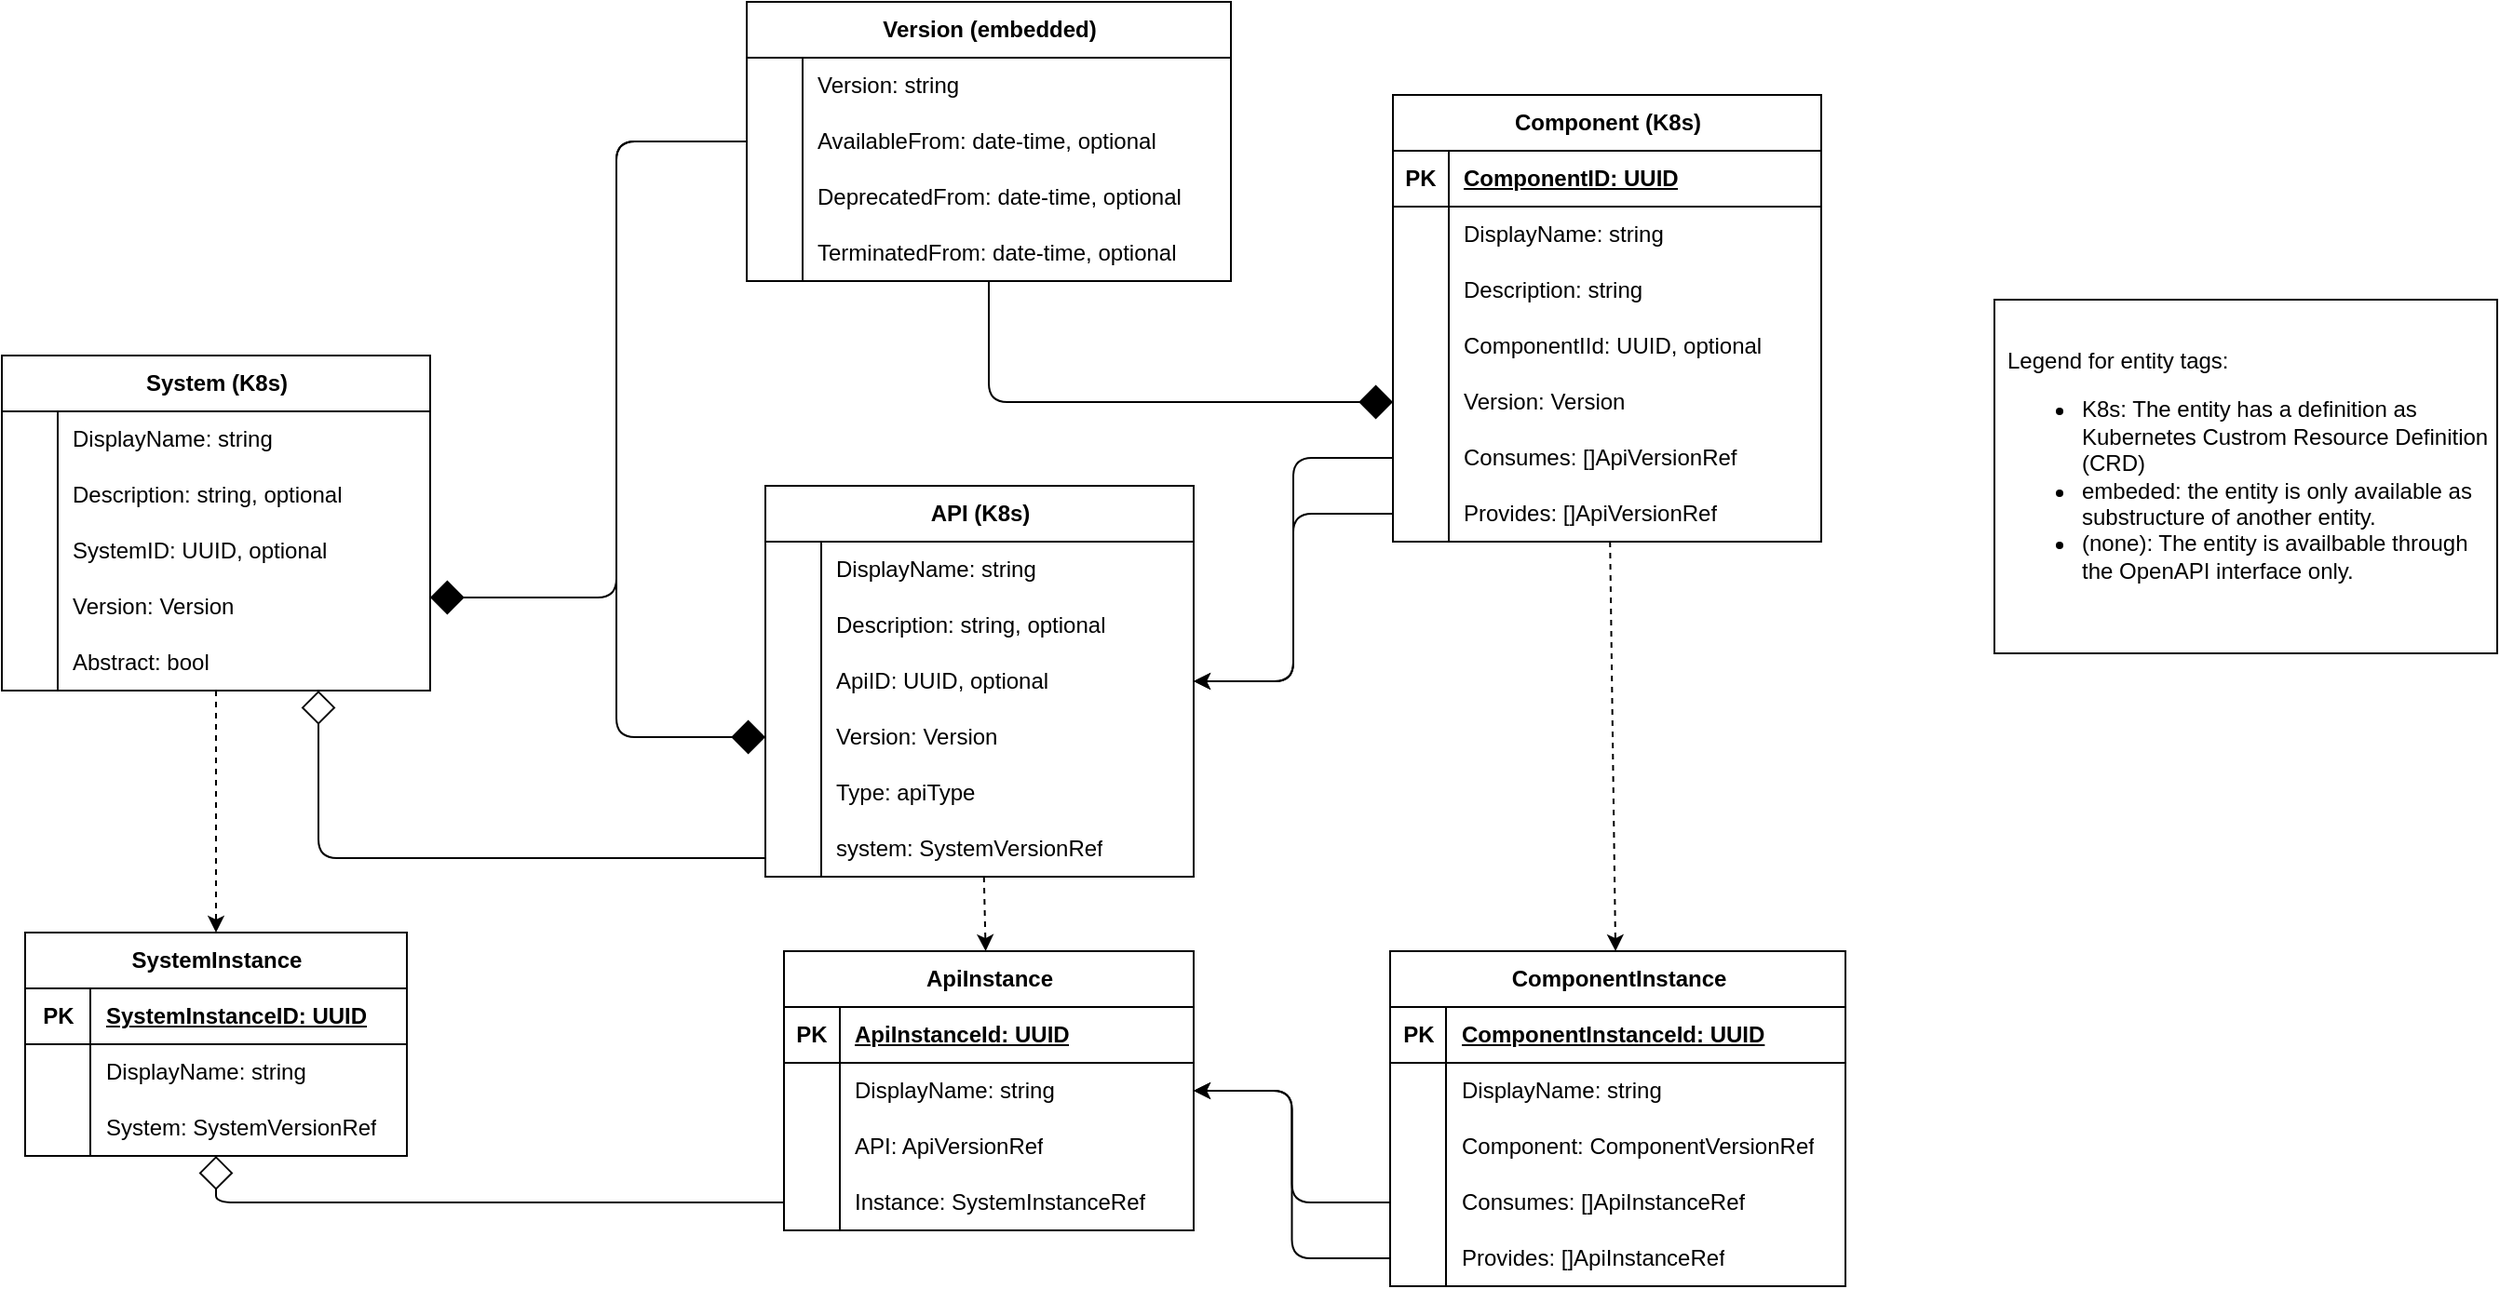
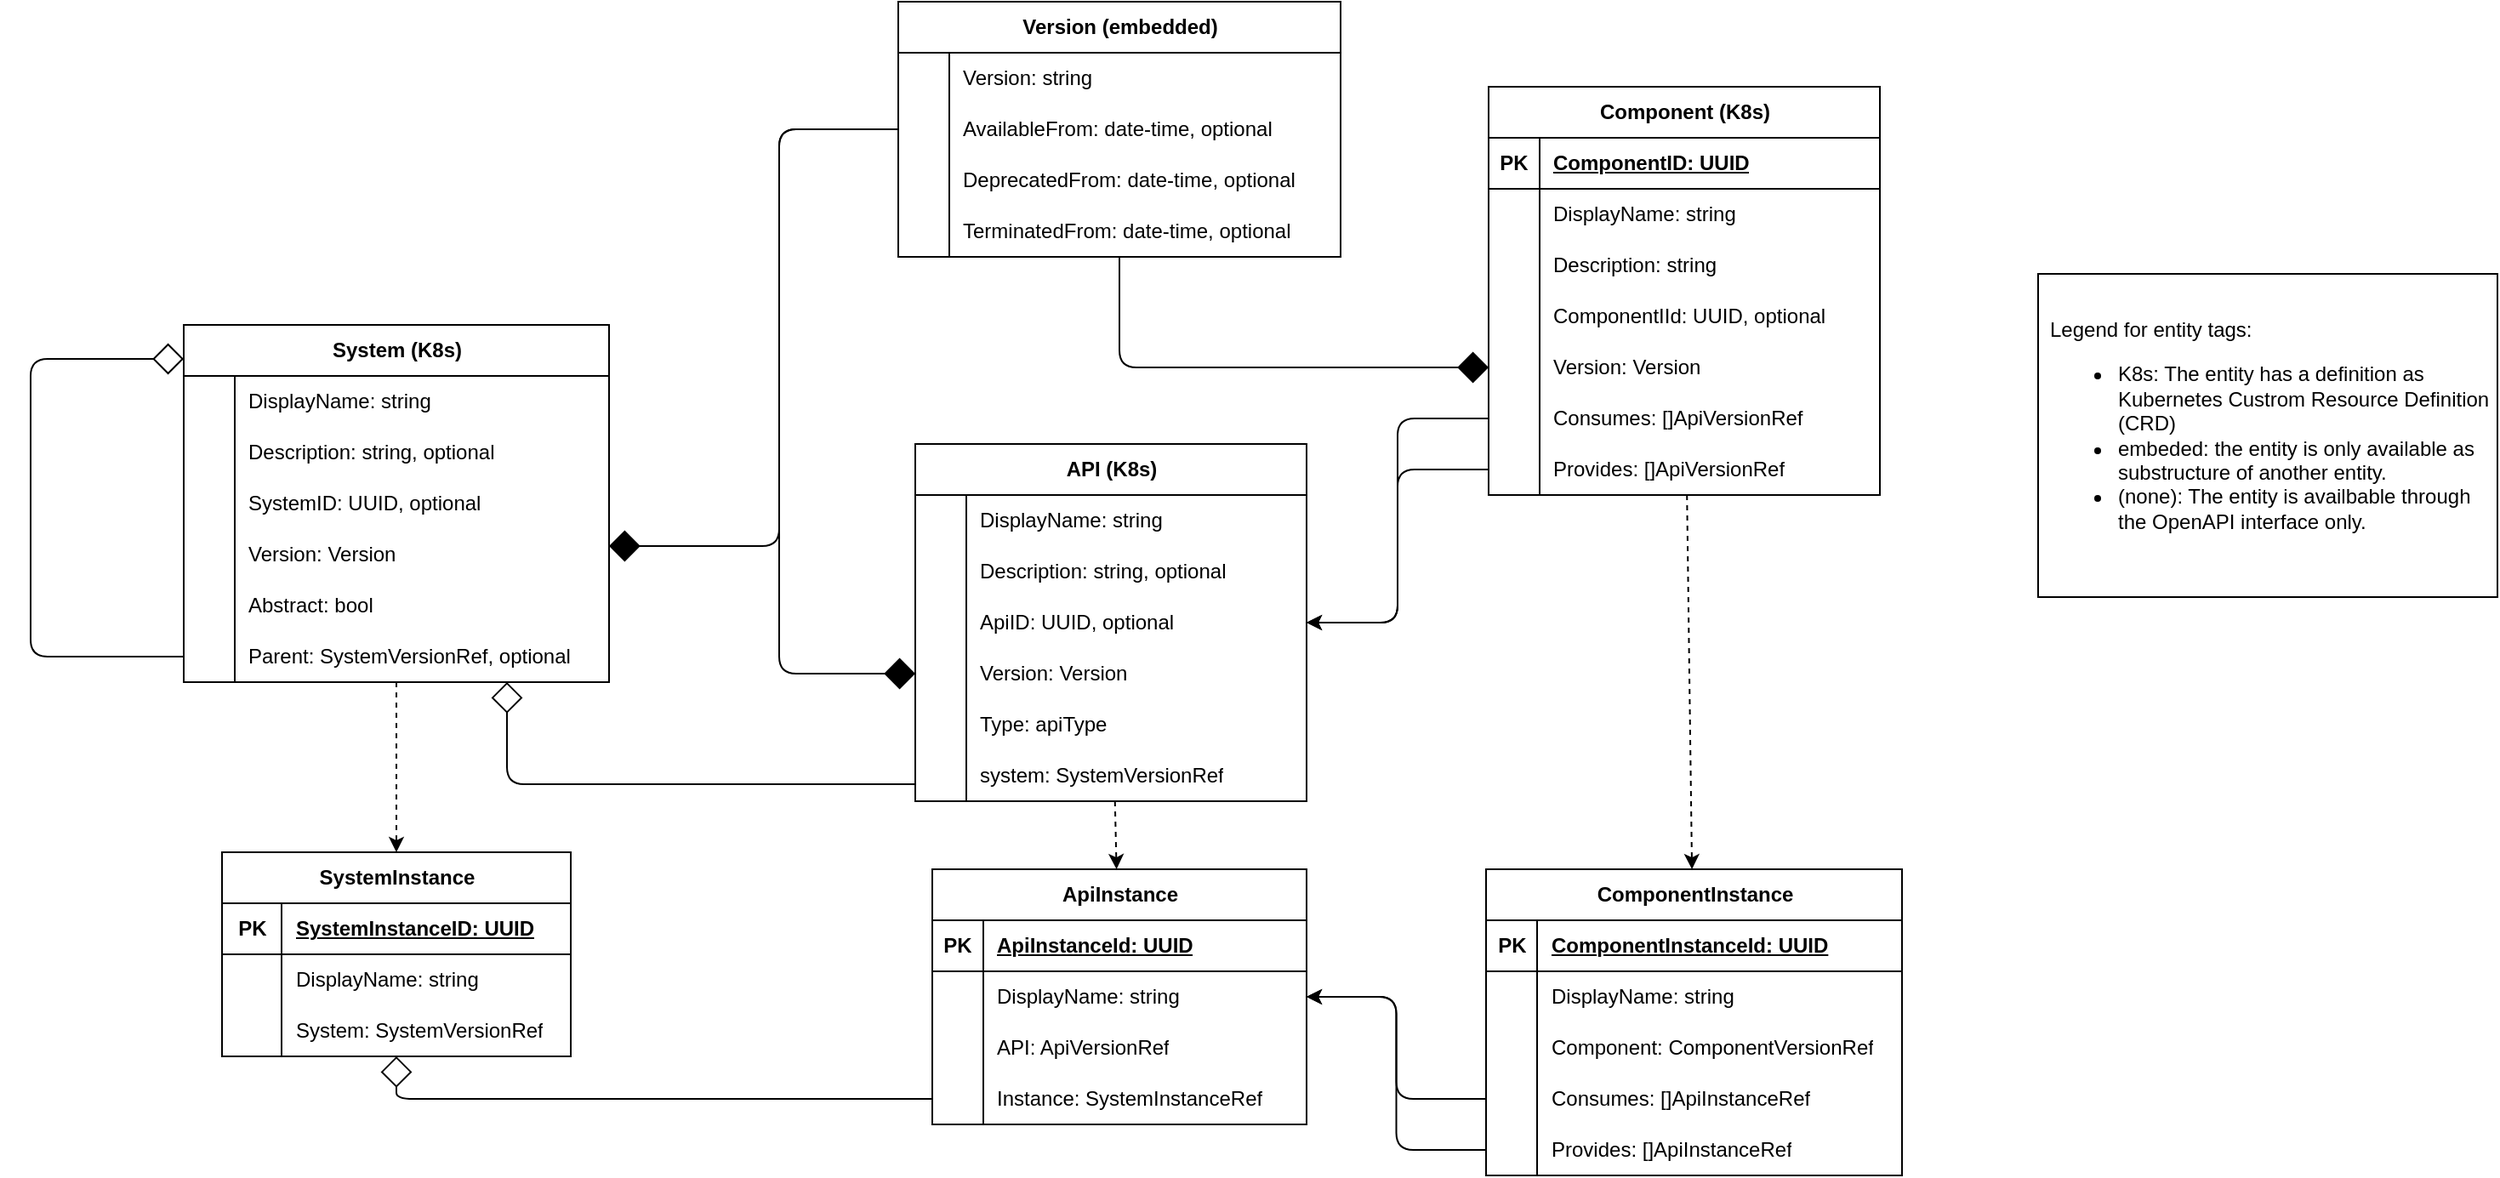
<mxfile host="65bd71144e">
    <diagram id="egGxFhZj15wtIb_rM2Mn" name="Phase 1">
-         <mxGraphModel dx="2337" dy="1698" grid="1" gridSize="10" guides="1" tooltips="1" connect="1" arrows="1" fold="1" page="1" pageScale="1" pageWidth="827" pageHeight="1169" math="0" shadow="0">
+         <mxGraphModel dx="2337" dy="1625" grid="1" gridSize="10" guides="1" tooltips="1" connect="1" arrows="1" fold="1" page="1" pageScale="1" pageWidth="827" pageHeight="1169" math="0" shadow="0">
            <root>
                <mxCell id="0"/>
                <mxCell id="1" parent="0"/>
                <mxCell id="129" style="edgeStyle=none;html=1;dashed=1;" edge="1" parent="1" source="2" target="107">
                    <mxGeometry relative="1" as="geometry"/>
                </mxCell>
                <mxCell id="2" value="System (K8s)" style="shape=table;startSize=30;container=1;collapsible=1;childLayout=tableLayout;fixedRows=1;rowLines=0;fontStyle=1;align=center;resizeLast=1;html=1;" vertex="1" parent="1">
-                     <mxGeometry x="-100" y="60" width="230" height="180" as="geometry"/>
+                     <mxGeometry x="-120" y="60" width="250" height="210" as="geometry"/>
                </mxCell>
                <mxCell id="6" value="" style="shape=tableRow;horizontal=0;startSize=0;swimlaneHead=0;swimlaneBody=0;fillColor=none;collapsible=0;dropTarget=0;points=[[0,0.5],[1,0.5]];portConstraint=eastwest;top=0;left=0;right=0;bottom=0;" vertex="1" parent="2">
-                     <mxGeometry y="30" width="230" height="30" as="geometry"/>
+                     <mxGeometry y="30" width="250" height="30" as="geometry"/>
                </mxCell>
                <mxCell id="7" value="" style="shape=partialRectangle;connectable=0;fillColor=none;top=0;left=0;bottom=0;right=0;editable=1;overflow=hidden;whiteSpace=wrap;html=1;" vertex="1" parent="6">
                    <mxGeometry width="30" height="30" as="geometry">
                        <mxRectangle width="30" height="30" as="alternateBounds"/>
                    </mxGeometry>
                </mxCell>
                <mxCell id="8" value="DisplayName: string" style="shape=partialRectangle;connectable=0;fillColor=none;top=0;left=0;bottom=0;right=0;align=left;spacingLeft=6;overflow=hidden;whiteSpace=wrap;html=1;" vertex="1" parent="6">
-                     <mxGeometry x="30" width="200" height="30" as="geometry">
-                         <mxRectangle width="200" height="30" as="alternateBounds"/>
+                     <mxGeometry x="30" width="220" height="30" as="geometry">
+                         <mxRectangle width="220" height="30" as="alternateBounds"/>
                    </mxGeometry>
                </mxCell>
                <mxCell id="151" style="shape=tableRow;horizontal=0;startSize=0;swimlaneHead=0;swimlaneBody=0;fillColor=none;collapsible=0;dropTarget=0;points=[[0,0.5],[1,0.5]];portConstraint=eastwest;top=0;left=0;right=0;bottom=0;" vertex="1" parent="2">
-                     <mxGeometry y="60" width="230" height="30" as="geometry"/>
+                     <mxGeometry y="60" width="250" height="30" as="geometry"/>
                </mxCell>
                <mxCell id="152" style="shape=partialRectangle;connectable=0;fillColor=none;top=0;left=0;bottom=0;right=0;editable=1;overflow=hidden;whiteSpace=wrap;html=1;" vertex="1" parent="151">
                    <mxGeometry width="30" height="30" as="geometry">
                        <mxRectangle width="30" height="30" as="alternateBounds"/>
                    </mxGeometry>
                </mxCell>
                <mxCell id="153" value="Description: string, optional" style="shape=partialRectangle;connectable=0;fillColor=none;top=0;left=0;bottom=0;right=0;align=left;spacingLeft=6;overflow=hidden;whiteSpace=wrap;html=1;" vertex="1" parent="151">
-                     <mxGeometry x="30" width="200" height="30" as="geometry">
-                         <mxRectangle width="200" height="30" as="alternateBounds"/>
+                     <mxGeometry x="30" width="220" height="30" as="geometry">
+                         <mxRectangle width="220" height="30" as="alternateBounds"/>
                    </mxGeometry>
                </mxCell>
                <mxCell id="123" style="shape=tableRow;horizontal=0;startSize=0;swimlaneHead=0;swimlaneBody=0;fillColor=none;collapsible=0;dropTarget=0;points=[[0,0.5],[1,0.5]];portConstraint=eastwest;top=0;left=0;right=0;bottom=0;" vertex="1" parent="2">
-                     <mxGeometry y="90" width="230" height="30" as="geometry"/>
+                     <mxGeometry y="90" width="250" height="30" as="geometry"/>
                </mxCell>
                <mxCell id="124" style="shape=partialRectangle;connectable=0;fillColor=none;top=0;left=0;bottom=0;right=0;editable=1;overflow=hidden;whiteSpace=wrap;html=1;" vertex="1" parent="123">
                    <mxGeometry width="30" height="30" as="geometry">
                        <mxRectangle width="30" height="30" as="alternateBounds"/>
                    </mxGeometry>
                </mxCell>
                <mxCell id="125" value="SystemID: UUID, optional" style="shape=partialRectangle;connectable=0;fillColor=none;top=0;left=0;bottom=0;right=0;align=left;spacingLeft=6;overflow=hidden;whiteSpace=wrap;html=1;" vertex="1" parent="123">
-                     <mxGeometry x="30" width="200" height="30" as="geometry">
-                         <mxRectangle width="200" height="30" as="alternateBounds"/>
+                     <mxGeometry x="30" width="220" height="30" as="geometry">
+                         <mxRectangle width="220" height="30" as="alternateBounds"/>
                    </mxGeometry>
                </mxCell>
                <mxCell id="94" style="shape=tableRow;horizontal=0;startSize=0;swimlaneHead=0;swimlaneBody=0;fillColor=none;collapsible=0;dropTarget=0;points=[[0,0.5],[1,0.5]];portConstraint=eastwest;top=0;left=0;right=0;bottom=0;" vertex="1" parent="2">
-                     <mxGeometry y="120" width="230" height="30" as="geometry"/>
+                     <mxGeometry y="120" width="250" height="30" as="geometry"/>
                </mxCell>
                <mxCell id="95" style="shape=partialRectangle;connectable=0;fillColor=none;top=0;left=0;bottom=0;right=0;editable=1;overflow=hidden;whiteSpace=wrap;html=1;" vertex="1" parent="94">
                    <mxGeometry width="30" height="30" as="geometry">
                        <mxRectangle width="30" height="30" as="alternateBounds"/>
                    </mxGeometry>
                </mxCell>
                <mxCell id="96" value="Version: Version" style="shape=partialRectangle;connectable=0;fillColor=none;top=0;left=0;bottom=0;right=0;align=left;spacingLeft=6;overflow=hidden;whiteSpace=wrap;html=1;" vertex="1" parent="94">
-                     <mxGeometry x="30" width="200" height="30" as="geometry">
-                         <mxRectangle width="200" height="30" as="alternateBounds"/>
+                     <mxGeometry x="30" width="220" height="30" as="geometry">
+                         <mxRectangle width="220" height="30" as="alternateBounds"/>
                    </mxGeometry>
                </mxCell>
                <mxCell id="157" style="shape=tableRow;horizontal=0;startSize=0;swimlaneHead=0;swimlaneBody=0;fillColor=none;collapsible=0;dropTarget=0;points=[[0,0.5],[1,0.5]];portConstraint=eastwest;top=0;left=0;right=0;bottom=0;" vertex="1" parent="2">
-                     <mxGeometry y="150" width="230" height="30" as="geometry"/>
+                     <mxGeometry y="150" width="250" height="30" as="geometry"/>
                </mxCell>
                <mxCell id="158" style="shape=partialRectangle;connectable=0;fillColor=none;top=0;left=0;bottom=0;right=0;editable=1;overflow=hidden;whiteSpace=wrap;html=1;" vertex="1" parent="157">
                    <mxGeometry width="30" height="30" as="geometry">
                        <mxRectangle width="30" height="30" as="alternateBounds"/>
                    </mxGeometry>
                </mxCell>
                <mxCell id="159" value="Abstract: bool" style="shape=partialRectangle;connectable=0;fillColor=none;top=0;left=0;bottom=0;right=0;align=left;spacingLeft=6;overflow=hidden;whiteSpace=wrap;html=1;" vertex="1" parent="157">
-                     <mxGeometry x="30" width="200" height="30" as="geometry">
-                         <mxRectangle width="200" height="30" as="alternateBounds"/>
+                     <mxGeometry x="30" width="220" height="30" as="geometry">
+                         <mxRectangle width="220" height="30" as="alternateBounds"/>
+                     </mxGeometry>
+                 </mxCell>
+                 <mxCell id="172" style="shape=tableRow;horizontal=0;startSize=0;swimlaneHead=0;swimlaneBody=0;fillColor=none;collapsible=0;dropTarget=0;points=[[0,0.5],[1,0.5]];portConstraint=eastwest;top=0;left=0;right=0;bottom=0;" vertex="1" parent="2">
+                     <mxGeometry y="180" width="250" height="30" as="geometry"/>
+                 </mxCell>
+                 <mxCell id="173" style="shape=partialRectangle;connectable=0;fillColor=none;top=0;left=0;bottom=0;right=0;editable=1;overflow=hidden;whiteSpace=wrap;html=1;" vertex="1" parent="172">
+                     <mxGeometry width="30" height="30" as="geometry">
+                         <mxRectangle width="30" height="30" as="alternateBounds"/>
+                     </mxGeometry>
+                 </mxCell>
+                 <mxCell id="174" value="Parent: SystemVersionRef, optional" style="shape=partialRectangle;connectable=0;fillColor=none;top=0;left=0;bottom=0;right=0;align=left;spacingLeft=6;overflow=hidden;whiteSpace=wrap;html=1;" vertex="1" parent="172">
+                     <mxGeometry x="30" width="220" height="30" as="geometry">
+                         <mxRectangle width="220" height="30" as="alternateBounds"/>
+                     </mxGeometry>
+                 </mxCell>
+                 <mxCell id="176" style="edgeStyle=orthogonalEdgeStyle;html=1;endArrow=diamond;endFill=0;endSize=16;startSize=16;" edge="1" parent="2" source="172" target="2">
+                     <mxGeometry relative="1" as="geometry">
+                         <mxPoint x="10" y="280" as="targetPoint"/>
+                         <Array as="points">
+                             <mxPoint x="-90" y="195"/>
+                             <mxPoint x="-90" y="20"/>
+                         </Array>
                    </mxGeometry>
                </mxCell>
                <mxCell id="99" style="edgeStyle=none;html=1;dashed=1;" edge="1" parent="1" source="30" target="44">
                    <mxGeometry relative="1" as="geometry"/>
                </mxCell>
                <mxCell id="30" value="API (K8s)" style="shape=table;startSize=30;container=1;collapsible=1;childLayout=tableLayout;fixedRows=1;rowLines=0;fontStyle=1;align=center;resizeLast=1;html=1;" vertex="1" parent="1">
                    <mxGeometry x="310" y="130" width="230" height="210" as="geometry"/>
                </mxCell>
                <mxCell id="34" value="" style="shape=tableRow;horizontal=0;startSize=0;swimlaneHead=0;swimlaneBody=0;fillColor=none;collapsible=0;dropTarget=0;points=[[0,0.5],[1,0.5]];portConstraint=eastwest;top=0;left=0;right=0;bottom=0;" vertex="1" parent="30">
                    <mxGeometry y="30" width="230" height="30" as="geometry"/>
                </mxCell>
                <mxCell id="35" value="" style="shape=partialRectangle;connectable=0;fillColor=none;top=0;left=0;bottom=0;right=0;editable=1;overflow=hidden;whiteSpace=wrap;html=1;" vertex="1" parent="34">
                    <mxGeometry width="30" height="30" as="geometry">
                        <mxRectangle width="30" height="30" as="alternateBounds"/>
                    </mxGeometry>
                </mxCell>
                <mxCell id="36" value="DisplayName: string" style="shape=partialRectangle;connectable=0;fillColor=none;top=0;left=0;bottom=0;right=0;align=left;spacingLeft=6;overflow=hidden;whiteSpace=wrap;html=1;" vertex="1" parent="34">
                    <mxGeometry x="30" width="200" height="30" as="geometry">
                        <mxRectangle width="200" height="30" as="alternateBounds"/>
                    </mxGeometry>
                </mxCell>
                <mxCell id="154" style="shape=tableRow;horizontal=0;startSize=0;swimlaneHead=0;swimlaneBody=0;fillColor=none;collapsible=0;dropTarget=0;points=[[0,0.5],[1,0.5]];portConstraint=eastwest;top=0;left=0;right=0;bottom=0;" vertex="1" parent="30">
                    <mxGeometry y="60" width="230" height="30" as="geometry"/>
                </mxCell>
                <mxCell id="155" style="shape=partialRectangle;connectable=0;fillColor=none;top=0;left=0;bottom=0;right=0;editable=1;overflow=hidden;whiteSpace=wrap;html=1;" vertex="1" parent="154">
                    <mxGeometry width="30" height="30" as="geometry">
                        <mxRectangle width="30" height="30" as="alternateBounds"/>
                    </mxGeometry>
                </mxCell>
                <mxCell id="156" value="Description: string, optional" style="shape=partialRectangle;connectable=0;fillColor=none;top=0;left=0;bottom=0;right=0;align=left;spacingLeft=6;overflow=hidden;whiteSpace=wrap;html=1;" vertex="1" parent="154">
                    <mxGeometry x="30" width="200" height="30" as="geometry">
                        <mxRectangle width="200" height="30" as="alternateBounds"/>
                    </mxGeometry>
                </mxCell>
                <mxCell id="126" style="shape=tableRow;horizontal=0;startSize=0;swimlaneHead=0;swimlaneBody=0;fillColor=none;collapsible=0;dropTarget=0;points=[[0,0.5],[1,0.5]];portConstraint=eastwest;top=0;left=0;right=0;bottom=0;" vertex="1" parent="30">
                    <mxGeometry y="90" width="230" height="30" as="geometry"/>
                </mxCell>
                <mxCell id="127" style="shape=partialRectangle;connectable=0;fillColor=none;top=0;left=0;bottom=0;right=0;editable=1;overflow=hidden;whiteSpace=wrap;html=1;" vertex="1" parent="126">
                    <mxGeometry width="30" height="30" as="geometry">
                        <mxRectangle width="30" height="30" as="alternateBounds"/>
                    </mxGeometry>
                </mxCell>
                <mxCell id="128" value="ApiID: UUID, optional" style="shape=partialRectangle;connectable=0;fillColor=none;top=0;left=0;bottom=0;right=0;align=left;spacingLeft=6;overflow=hidden;whiteSpace=wrap;html=1;" vertex="1" parent="126">
                    <mxGeometry x="30" width="200" height="30" as="geometry">
                        <mxRectangle width="200" height="30" as="alternateBounds"/>
                    </mxGeometry>
                </mxCell>
                <mxCell id="89" style="shape=tableRow;horizontal=0;startSize=0;swimlaneHead=0;swimlaneBody=0;fillColor=none;collapsible=0;dropTarget=0;points=[[0,0.5],[1,0.5]];portConstraint=eastwest;top=0;left=0;right=0;bottom=0;" vertex="1" parent="30">
                    <mxGeometry y="120" width="230" height="30" as="geometry"/>
                </mxCell>
                <mxCell id="90" style="shape=partialRectangle;connectable=0;fillColor=none;top=0;left=0;bottom=0;right=0;editable=1;overflow=hidden;whiteSpace=wrap;html=1;" vertex="1" parent="89">
                    <mxGeometry width="30" height="30" as="geometry">
                        <mxRectangle width="30" height="30" as="alternateBounds"/>
                    </mxGeometry>
                </mxCell>
                <mxCell id="91" value="Version: Version" style="shape=partialRectangle;connectable=0;fillColor=none;top=0;left=0;bottom=0;right=0;align=left;spacingLeft=6;overflow=hidden;whiteSpace=wrap;html=1;" vertex="1" parent="89">
                    <mxGeometry x="30" width="200" height="30" as="geometry">
                        <mxRectangle width="200" height="30" as="alternateBounds"/>
                    </mxGeometry>
                </mxCell>
                <mxCell id="37" value="" style="shape=tableRow;horizontal=0;startSize=0;swimlaneHead=0;swimlaneBody=0;fillColor=none;collapsible=0;dropTarget=0;points=[[0,0.5],[1,0.5]];portConstraint=eastwest;top=0;left=0;right=0;bottom=0;" vertex="1" parent="30">
                    <mxGeometry y="150" width="230" height="30" as="geometry"/>
                </mxCell>
                <mxCell id="38" value="" style="shape=partialRectangle;connectable=0;fillColor=none;top=0;left=0;bottom=0;right=0;editable=1;overflow=hidden;whiteSpace=wrap;html=1;" vertex="1" parent="37">
                    <mxGeometry width="30" height="30" as="geometry">
                        <mxRectangle width="30" height="30" as="alternateBounds"/>
                    </mxGeometry>
                </mxCell>
                <mxCell id="39" value="Type: apiType" style="shape=partialRectangle;connectable=0;fillColor=none;top=0;left=0;bottom=0;right=0;align=left;spacingLeft=6;overflow=hidden;whiteSpace=wrap;html=1;" vertex="1" parent="37">
                    <mxGeometry x="30" width="200" height="30" as="geometry">
                        <mxRectangle width="200" height="30" as="alternateBounds"/>
                    </mxGeometry>
                </mxCell>
                <mxCell id="40" value="" style="shape=tableRow;horizontal=0;startSize=0;swimlaneHead=0;swimlaneBody=0;fillColor=none;collapsible=0;dropTarget=0;points=[[0,0.5],[1,0.5]];portConstraint=eastwest;top=0;left=0;right=0;bottom=0;" vertex="1" parent="30">
                    <mxGeometry y="180" width="230" height="30" as="geometry"/>
                </mxCell>
                <mxCell id="41" value="" style="shape=partialRectangle;connectable=0;fillColor=none;top=0;left=0;bottom=0;right=0;editable=1;overflow=hidden;whiteSpace=wrap;html=1;" vertex="1" parent="40">
                    <mxGeometry width="30" height="30" as="geometry">
                        <mxRectangle width="30" height="30" as="alternateBounds"/>
                    </mxGeometry>
                </mxCell>
                <mxCell id="42" value="system: SystemVersionRef" style="shape=partialRectangle;connectable=0;fillColor=none;top=0;left=0;bottom=0;right=0;align=left;spacingLeft=6;overflow=hidden;whiteSpace=wrap;html=1;" vertex="1" parent="40">
                    <mxGeometry x="30" width="200" height="30" as="geometry">
                        <mxRectangle width="200" height="30" as="alternateBounds"/>
                    </mxGeometry>
                </mxCell>
                <mxCell id="43" style="edgeStyle=orthogonalEdgeStyle;html=1;endArrow=diamond;endFill=0;endSize=16;" edge="1" parent="1" source="40" target="2">
                    <mxGeometry relative="1" as="geometry">
                        <Array as="points">
                            <mxPoint x="70" y="330"/>
                        </Array>
                    </mxGeometry>
+                 </mxCell>
+                 <mxCell id="175" style="edgeStyle=none;html=1;" edge="1" parent="1" source="172" target="2">
+                     <mxGeometry relative="1" as="geometry"/>
                </mxCell>
                <mxCell id="44" value="ApiInstance" style="shape=table;startSize=30;container=1;collapsible=1;childLayout=tableLayout;fixedRows=1;rowLines=0;fontStyle=1;align=center;resizeLast=1;html=1;" vertex="1" parent="1">
                    <mxGeometry x="320" y="380" width="220" height="150" as="geometry"/>
                </mxCell>
                <mxCell id="45" value="" style="shape=tableRow;horizontal=0;startSize=0;swimlaneHead=0;swimlaneBody=0;fillColor=none;collapsible=0;dropTarget=0;points=[[0,0.5],[1,0.5]];portConstraint=eastwest;top=0;left=0;right=0;bottom=1;" vertex="1" parent="44">
                    <mxGeometry y="30" width="220" height="30" as="geometry"/>
                </mxCell>
                <mxCell id="46" value="PK" style="shape=partialRectangle;connectable=0;fillColor=none;top=0;left=0;bottom=0;right=0;fontStyle=1;overflow=hidden;whiteSpace=wrap;html=1;" vertex="1" parent="45">
                    <mxGeometry width="30" height="30" as="geometry">
                        <mxRectangle width="30" height="30" as="alternateBounds"/>
                    </mxGeometry>
                </mxCell>
                <mxCell id="47" value="ApiInstanceId: UUID" style="shape=partialRectangle;connectable=0;fillColor=none;top=0;left=0;bottom=0;right=0;align=left;spacingLeft=6;fontStyle=5;overflow=hidden;whiteSpace=wrap;html=1;" vertex="1" parent="45">
                    <mxGeometry x="30" width="190" height="30" as="geometry">
                        <mxRectangle width="190" height="30" as="alternateBounds"/>
                    </mxGeometry>
                </mxCell>
                <mxCell id="48" value="" style="shape=tableRow;horizontal=0;startSize=0;swimlaneHead=0;swimlaneBody=0;fillColor=none;collapsible=0;dropTarget=0;points=[[0,0.5],[1,0.5]];portConstraint=eastwest;top=0;left=0;right=0;bottom=0;" vertex="1" parent="44">
                    <mxGeometry y="60" width="220" height="30" as="geometry"/>
                </mxCell>
                <mxCell id="49" value="" style="shape=partialRectangle;connectable=0;fillColor=none;top=0;left=0;bottom=0;right=0;editable=1;overflow=hidden;whiteSpace=wrap;html=1;" vertex="1" parent="48">
                    <mxGeometry width="30" height="30" as="geometry">
                        <mxRectangle width="30" height="30" as="alternateBounds"/>
                    </mxGeometry>
                </mxCell>
                <mxCell id="50" value="DisplayName: string" style="shape=partialRectangle;connectable=0;fillColor=none;top=0;left=0;bottom=0;right=0;align=left;spacingLeft=6;overflow=hidden;whiteSpace=wrap;html=1;" vertex="1" parent="48">
                    <mxGeometry x="30" width="190" height="30" as="geometry">
                        <mxRectangle width="190" height="30" as="alternateBounds"/>
                    </mxGeometry>
                </mxCell>
                <mxCell id="51" value="" style="shape=tableRow;horizontal=0;startSize=0;swimlaneHead=0;swimlaneBody=0;fillColor=none;collapsible=0;dropTarget=0;points=[[0,0.5],[1,0.5]];portConstraint=eastwest;top=0;left=0;right=0;bottom=0;" vertex="1" parent="44">
                    <mxGeometry y="90" width="220" height="30" as="geometry"/>
                </mxCell>
                <mxCell id="52" value="" style="shape=partialRectangle;connectable=0;fillColor=none;top=0;left=0;bottom=0;right=0;editable=1;overflow=hidden;whiteSpace=wrap;html=1;" vertex="1" parent="51">
                    <mxGeometry width="30" height="30" as="geometry">
                        <mxRectangle width="30" height="30" as="alternateBounds"/>
                    </mxGeometry>
                </mxCell>
                <mxCell id="53" value="API: ApiVersionRef" style="shape=partialRectangle;connectable=0;fillColor=none;top=0;left=0;bottom=0;right=0;align=left;spacingLeft=6;overflow=hidden;whiteSpace=wrap;html=1;" vertex="1" parent="51">
                    <mxGeometry x="30" width="190" height="30" as="geometry">
                        <mxRectangle width="190" height="30" as="alternateBounds"/>
                    </mxGeometry>
                </mxCell>
                <mxCell id="54" value="" style="shape=tableRow;horizontal=0;startSize=0;swimlaneHead=0;swimlaneBody=0;fillColor=none;collapsible=0;dropTarget=0;points=[[0,0.5],[1,0.5]];portConstraint=eastwest;top=0;left=0;right=0;bottom=0;" vertex="1" parent="44">
                    <mxGeometry y="120" width="220" height="30" as="geometry"/>
                </mxCell>
                <mxCell id="55" value="" style="shape=partialRectangle;connectable=0;fillColor=none;top=0;left=0;bottom=0;right=0;editable=1;overflow=hidden;whiteSpace=wrap;html=1;" vertex="1" parent="54">
                    <mxGeometry width="30" height="30" as="geometry">
                        <mxRectangle width="30" height="30" as="alternateBounds"/>
                    </mxGeometry>
                </mxCell>
                <mxCell id="56" value="Instance: SystemInstanceRef" style="shape=partialRectangle;connectable=0;fillColor=none;top=0;left=0;bottom=0;right=0;align=left;spacingLeft=6;overflow=hidden;whiteSpace=wrap;html=1;" vertex="1" parent="54">
                    <mxGeometry x="30" width="190" height="30" as="geometry">
                        <mxRectangle width="190" height="30" as="alternateBounds"/>
                    </mxGeometry>
                </mxCell>
                <mxCell id="148" style="edgeStyle=none;html=1;dashed=1;" edge="1" parent="1" source="60" target="133">
                    <mxGeometry relative="1" as="geometry"/>
                </mxCell>
                <mxCell id="60" value="Component (K8s)" style="shape=table;startSize=30;container=1;collapsible=1;childLayout=tableLayout;fixedRows=1;rowLines=0;fontStyle=1;align=center;resizeLast=1;html=1;" vertex="1" parent="1">
                    <mxGeometry x="647" y="-80" width="230" height="240" as="geometry"/>
                </mxCell>
                <mxCell id="104" value="" style="shape=tableRow;horizontal=0;startSize=0;swimlaneHead=0;swimlaneBody=0;fillColor=none;collapsible=0;dropTarget=0;points=[[0,0.5],[1,0.5]];portConstraint=eastwest;top=0;left=0;right=0;bottom=1;" vertex="1" parent="60">
                    <mxGeometry y="30" width="230" height="30" as="geometry"/>
                </mxCell>
                <mxCell id="105" value="PK" style="shape=partialRectangle;connectable=0;fillColor=none;top=0;left=0;bottom=0;right=0;fontStyle=1;overflow=hidden;whiteSpace=wrap;html=1;" vertex="1" parent="104">
                    <mxGeometry width="30" height="30" as="geometry">
                        <mxRectangle width="30" height="30" as="alternateBounds"/>
                    </mxGeometry>
                </mxCell>
                <mxCell id="106" value="ComponentID: UUID" style="shape=partialRectangle;connectable=0;fillColor=none;top=0;left=0;bottom=0;right=0;align=left;spacingLeft=6;fontStyle=5;overflow=hidden;whiteSpace=wrap;html=1;" vertex="1" parent="104">
                    <mxGeometry x="30" width="200" height="30" as="geometry">
                        <mxRectangle width="200" height="30" as="alternateBounds"/>
                    </mxGeometry>
                </mxCell>
                <mxCell id="64" value="" style="shape=tableRow;horizontal=0;startSize=0;swimlaneHead=0;swimlaneBody=0;fillColor=none;collapsible=0;dropTarget=0;points=[[0,0.5],[1,0.5]];portConstraint=eastwest;top=0;left=0;right=0;bottom=0;" vertex="1" parent="60">
                    <mxGeometry y="60" width="230" height="30" as="geometry"/>
                </mxCell>
                <mxCell id="65" value="" style="shape=partialRectangle;connectable=0;fillColor=none;top=0;left=0;bottom=0;right=0;editable=1;overflow=hidden;whiteSpace=wrap;html=1;" vertex="1" parent="64">
                    <mxGeometry width="30" height="30" as="geometry">
                        <mxRectangle width="30" height="30" as="alternateBounds"/>
                    </mxGeometry>
                </mxCell>
                <mxCell id="66" value="DisplayName: string" style="shape=partialRectangle;connectable=0;fillColor=none;top=0;left=0;bottom=0;right=0;align=left;spacingLeft=6;overflow=hidden;whiteSpace=wrap;html=1;" vertex="1" parent="64">
                    <mxGeometry x="30" width="200" height="30" as="geometry">
                        <mxRectangle width="200" height="30" as="alternateBounds"/>
                    </mxGeometry>
                </mxCell>
                <mxCell id="163" style="shape=tableRow;horizontal=0;startSize=0;swimlaneHead=0;swimlaneBody=0;fillColor=none;collapsible=0;dropTarget=0;points=[[0,0.5],[1,0.5]];portConstraint=eastwest;top=0;left=0;right=0;bottom=0;" vertex="1" parent="60">
                    <mxGeometry y="90" width="230" height="30" as="geometry"/>
                </mxCell>
                <mxCell id="164" style="shape=partialRectangle;connectable=0;fillColor=none;top=0;left=0;bottom=0;right=0;editable=1;overflow=hidden;whiteSpace=wrap;html=1;" vertex="1" parent="163">
                    <mxGeometry width="30" height="30" as="geometry">
                        <mxRectangle width="30" height="30" as="alternateBounds"/>
                    </mxGeometry>
                </mxCell>
                <mxCell id="165" value="Description: string" style="shape=partialRectangle;connectable=0;fillColor=none;top=0;left=0;bottom=0;right=0;align=left;spacingLeft=6;overflow=hidden;whiteSpace=wrap;html=1;" vertex="1" parent="163">
                    <mxGeometry x="30" width="200" height="30" as="geometry">
                        <mxRectangle width="200" height="30" as="alternateBounds"/>
                    </mxGeometry>
                </mxCell>
                <mxCell id="160" style="shape=tableRow;horizontal=0;startSize=0;swimlaneHead=0;swimlaneBody=0;fillColor=none;collapsible=0;dropTarget=0;points=[[0,0.5],[1,0.5]];portConstraint=eastwest;top=0;left=0;right=0;bottom=0;" vertex="1" parent="60">
                    <mxGeometry y="120" width="230" height="30" as="geometry"/>
                </mxCell>
                <mxCell id="161" style="shape=partialRectangle;connectable=0;fillColor=none;top=0;left=0;bottom=0;right=0;editable=1;overflow=hidden;whiteSpace=wrap;html=1;" vertex="1" parent="160">
                    <mxGeometry width="30" height="30" as="geometry">
                        <mxRectangle width="30" height="30" as="alternateBounds"/>
                    </mxGeometry>
                </mxCell>
                <mxCell id="162" value="ComponentIId: UUID, optional" style="shape=partialRectangle;connectable=0;fillColor=none;top=0;left=0;bottom=0;right=0;align=left;spacingLeft=6;overflow=hidden;whiteSpace=wrap;html=1;" vertex="1" parent="160">
                    <mxGeometry x="30" width="200" height="30" as="geometry">
                        <mxRectangle width="200" height="30" as="alternateBounds"/>
                    </mxGeometry>
                </mxCell>
                <mxCell id="67" value="" style="shape=tableRow;horizontal=0;startSize=0;swimlaneHead=0;swimlaneBody=0;fillColor=none;collapsible=0;dropTarget=0;points=[[0,0.5],[1,0.5]];portConstraint=eastwest;top=0;left=0;right=0;bottom=0;" vertex="1" parent="60">
                    <mxGeometry y="150" width="230" height="30" as="geometry"/>
                </mxCell>
                <mxCell id="68" value="" style="shape=partialRectangle;connectable=0;fillColor=none;top=0;left=0;bottom=0;right=0;editable=1;overflow=hidden;whiteSpace=wrap;html=1;" vertex="1" parent="67">
                    <mxGeometry width="30" height="30" as="geometry">
                        <mxRectangle width="30" height="30" as="alternateBounds"/>
                    </mxGeometry>
                </mxCell>
                <mxCell id="69" value="Version: Version" style="shape=partialRectangle;connectable=0;fillColor=none;top=0;left=0;bottom=0;right=0;align=left;spacingLeft=6;overflow=hidden;whiteSpace=wrap;html=1;" vertex="1" parent="67">
                    <mxGeometry x="30" width="200" height="30" as="geometry">
                        <mxRectangle width="200" height="30" as="alternateBounds"/>
                    </mxGeometry>
                </mxCell>
                <mxCell id="70" value="" style="shape=tableRow;horizontal=0;startSize=0;swimlaneHead=0;swimlaneBody=0;fillColor=none;collapsible=0;dropTarget=0;points=[[0,0.5],[1,0.5]];portConstraint=eastwest;top=0;left=0;right=0;bottom=0;" vertex="1" parent="60">
                    <mxGeometry y="180" width="230" height="30" as="geometry"/>
                </mxCell>
                <mxCell id="71" value="" style="shape=partialRectangle;connectable=0;fillColor=none;top=0;left=0;bottom=0;right=0;editable=1;overflow=hidden;whiteSpace=wrap;html=1;" vertex="1" parent="70">
                    <mxGeometry width="30" height="30" as="geometry">
                        <mxRectangle width="30" height="30" as="alternateBounds"/>
                    </mxGeometry>
                </mxCell>
                <mxCell id="72" value="Consumes: []ApiVersionRef" style="shape=partialRectangle;connectable=0;fillColor=none;top=0;left=0;bottom=0;right=0;align=left;spacingLeft=6;overflow=hidden;whiteSpace=wrap;html=1;" vertex="1" parent="70">
                    <mxGeometry x="30" width="200" height="30" as="geometry">
                        <mxRectangle width="200" height="30" as="alternateBounds"/>
                    </mxGeometry>
                </mxCell>
                <mxCell id="100" style="shape=tableRow;horizontal=0;startSize=0;swimlaneHead=0;swimlaneBody=0;fillColor=none;collapsible=0;dropTarget=0;points=[[0,0.5],[1,0.5]];portConstraint=eastwest;top=0;left=0;right=0;bottom=0;" vertex="1" parent="60">
                    <mxGeometry y="210" width="230" height="30" as="geometry"/>
                </mxCell>
                <mxCell id="101" style="shape=partialRectangle;connectable=0;fillColor=none;top=0;left=0;bottom=0;right=0;editable=1;overflow=hidden;whiteSpace=wrap;html=1;" vertex="1" parent="100">
                    <mxGeometry width="30" height="30" as="geometry">
                        <mxRectangle width="30" height="30" as="alternateBounds"/>
                    </mxGeometry>
                </mxCell>
                <mxCell id="102" value="Provides: []ApiVersionRef" style="shape=partialRectangle;connectable=0;fillColor=none;top=0;left=0;bottom=0;right=0;align=left;spacingLeft=6;overflow=hidden;whiteSpace=wrap;html=1;" vertex="1" parent="100">
                    <mxGeometry x="30" width="200" height="30" as="geometry">
                        <mxRectangle width="200" height="30" as="alternateBounds"/>
                    </mxGeometry>
                </mxCell>
                <mxCell id="73" value="Version (embedded)" style="shape=table;startSize=30;container=1;collapsible=1;childLayout=tableLayout;fixedRows=1;rowLines=0;fontStyle=1;align=center;resizeLast=1;html=1;" vertex="1" parent="1">
                    <mxGeometry x="300" y="-130" width="260" height="150" as="geometry"/>
                </mxCell>
                <mxCell id="86" style="shape=tableRow;horizontal=0;startSize=0;swimlaneHead=0;swimlaneBody=0;fillColor=none;collapsible=0;dropTarget=0;points=[[0,0.5],[1,0.5]];portConstraint=eastwest;top=0;left=0;right=0;bottom=0;" vertex="1" parent="73">
                    <mxGeometry y="30" width="260" height="30" as="geometry"/>
                </mxCell>
                <mxCell id="87" style="shape=partialRectangle;connectable=0;fillColor=none;top=0;left=0;bottom=0;right=0;editable=1;overflow=hidden;whiteSpace=wrap;html=1;" vertex="1" parent="86">
                    <mxGeometry width="30" height="30" as="geometry">
                        <mxRectangle width="30" height="30" as="alternateBounds"/>
                    </mxGeometry>
                </mxCell>
                <mxCell id="88" value="Version: string" style="shape=partialRectangle;connectable=0;fillColor=none;top=0;left=0;bottom=0;right=0;align=left;spacingLeft=6;overflow=hidden;whiteSpace=wrap;html=1;" vertex="1" parent="86">
                    <mxGeometry x="30" width="230" height="30" as="geometry">
                        <mxRectangle width="230" height="30" as="alternateBounds"/>
                    </mxGeometry>
                </mxCell>
                <mxCell id="77" value="" style="shape=tableRow;horizontal=0;startSize=0;swimlaneHead=0;swimlaneBody=0;fillColor=none;collapsible=0;dropTarget=0;points=[[0,0.5],[1,0.5]];portConstraint=eastwest;top=0;left=0;right=0;bottom=0;" vertex="1" parent="73">
                    <mxGeometry y="60" width="260" height="30" as="geometry"/>
                </mxCell>
                <mxCell id="78" value="" style="shape=partialRectangle;connectable=0;fillColor=none;top=0;left=0;bottom=0;right=0;editable=1;overflow=hidden;whiteSpace=wrap;html=1;" vertex="1" parent="77">
                    <mxGeometry width="30" height="30" as="geometry">
                        <mxRectangle width="30" height="30" as="alternateBounds"/>
                    </mxGeometry>
                </mxCell>
                <mxCell id="79" value="AvailableFrom: date-time, optional" style="shape=partialRectangle;connectable=0;fillColor=none;top=0;left=0;bottom=0;right=0;align=left;spacingLeft=6;overflow=hidden;whiteSpace=wrap;html=1;" vertex="1" parent="77">
                    <mxGeometry x="30" width="230" height="30" as="geometry">
                        <mxRectangle width="230" height="30" as="alternateBounds"/>
                    </mxGeometry>
                </mxCell>
                <mxCell id="80" value="" style="shape=tableRow;horizontal=0;startSize=0;swimlaneHead=0;swimlaneBody=0;fillColor=none;collapsible=0;dropTarget=0;points=[[0,0.5],[1,0.5]];portConstraint=eastwest;top=0;left=0;right=0;bottom=0;" vertex="1" parent="73">
                    <mxGeometry y="90" width="260" height="30" as="geometry"/>
                </mxCell>
                <mxCell id="81" value="" style="shape=partialRectangle;connectable=0;fillColor=none;top=0;left=0;bottom=0;right=0;editable=1;overflow=hidden;whiteSpace=wrap;html=1;" vertex="1" parent="80">
                    <mxGeometry width="30" height="30" as="geometry">
                        <mxRectangle width="30" height="30" as="alternateBounds"/>
                    </mxGeometry>
                </mxCell>
                <mxCell id="82" value="DeprecatedFrom: date-time, optional" style="shape=partialRectangle;connectable=0;fillColor=none;top=0;left=0;bottom=0;right=0;align=left;spacingLeft=6;overflow=hidden;whiteSpace=wrap;html=1;" vertex="1" parent="80">
                    <mxGeometry x="30" width="230" height="30" as="geometry">
                        <mxRectangle width="230" height="30" as="alternateBounds"/>
                    </mxGeometry>
                </mxCell>
                <mxCell id="83" value="" style="shape=tableRow;horizontal=0;startSize=0;swimlaneHead=0;swimlaneBody=0;fillColor=none;collapsible=0;dropTarget=0;points=[[0,0.5],[1,0.5]];portConstraint=eastwest;top=0;left=0;right=0;bottom=0;" vertex="1" parent="73">
                    <mxGeometry y="120" width="260" height="30" as="geometry"/>
                </mxCell>
                <mxCell id="84" value="" style="shape=partialRectangle;connectable=0;fillColor=none;top=0;left=0;bottom=0;right=0;editable=1;overflow=hidden;whiteSpace=wrap;html=1;" vertex="1" parent="83">
                    <mxGeometry width="30" height="30" as="geometry">
                        <mxRectangle width="30" height="30" as="alternateBounds"/>
                    </mxGeometry>
                </mxCell>
                <mxCell id="85" value="TerminatedFrom: date-time, optional" style="shape=partialRectangle;connectable=0;fillColor=none;top=0;left=0;bottom=0;right=0;align=left;spacingLeft=6;overflow=hidden;whiteSpace=wrap;html=1;" vertex="1" parent="83">
                    <mxGeometry x="30" width="230" height="30" as="geometry">
                        <mxRectangle width="230" height="30" as="alternateBounds"/>
                    </mxGeometry>
                </mxCell>
                <mxCell id="92" style="edgeStyle=orthogonalEdgeStyle;html=1;startArrow=diamond;startFill=1;endArrow=none;endFill=0;endSize=16;startSize=16;" edge="1" parent="1" source="89" target="73">
                    <mxGeometry relative="1" as="geometry">
                        <Array as="points">
                            <mxPoint x="230" y="265"/>
                            <mxPoint x="230" y="-55"/>
                        </Array>
                    </mxGeometry>
                </mxCell>
                <mxCell id="97" style="edgeStyle=orthogonalEdgeStyle;html=1;startArrow=diamond;startFill=1;endArrow=none;endFill=0;endSize=16;startSize=16;" edge="1" parent="1" source="94" target="73">
                    <mxGeometry relative="1" as="geometry">
                        <Array as="points">
                            <mxPoint x="230" y="190"/>
                            <mxPoint x="230" y="-55"/>
                        </Array>
                    </mxGeometry>
                </mxCell>
                <mxCell id="98" style="edgeStyle=orthogonalEdgeStyle;html=1;startArrow=diamond;startFill=1;endArrow=none;endFill=0;endSize=16;startSize=16;" edge="1" parent="1" source="67" target="73">
                    <mxGeometry relative="1" as="geometry"/>
                </mxCell>
                <mxCell id="107" value="SystemInstance" style="shape=table;startSize=30;container=1;collapsible=1;childLayout=tableLayout;fixedRows=1;rowLines=0;fontStyle=1;align=center;resizeLast=1;html=1;whiteSpace=wrap;" vertex="1" parent="1">
-                     <mxGeometry x="-87.5" y="370" width="205" height="120" as="geometry"/>
+                     <mxGeometry x="-97.5" y="370" width="205" height="120" as="geometry"/>
                </mxCell>
                <mxCell id="120" value="" style="shape=tableRow;horizontal=0;startSize=0;swimlaneHead=0;swimlaneBody=0;fillColor=none;collapsible=0;dropTarget=0;points=[[0,0.5],[1,0.5]];portConstraint=eastwest;top=0;left=0;right=0;bottom=1;" vertex="1" parent="107">
                    <mxGeometry y="30" width="205" height="30" as="geometry"/>
                </mxCell>
                <mxCell id="121" value="PK" style="shape=partialRectangle;connectable=0;fillColor=none;top=0;left=0;bottom=0;right=0;fontStyle=1;overflow=hidden;whiteSpace=wrap;html=1;" vertex="1" parent="120">
                    <mxGeometry width="35" height="30" as="geometry">
                        <mxRectangle width="35" height="30" as="alternateBounds"/>
                    </mxGeometry>
                </mxCell>
                <mxCell id="122" value="SystemInstanceID: UUID" style="shape=partialRectangle;connectable=0;fillColor=none;top=0;left=0;bottom=0;right=0;align=left;spacingLeft=6;fontStyle=5;overflow=hidden;whiteSpace=wrap;html=1;" vertex="1" parent="120">
                    <mxGeometry x="35" width="170" height="30" as="geometry">
                        <mxRectangle width="170" height="30" as="alternateBounds"/>
                    </mxGeometry>
                </mxCell>
                <mxCell id="114" value="" style="shape=tableRow;horizontal=0;startSize=0;swimlaneHead=0;swimlaneBody=0;fillColor=none;collapsible=0;dropTarget=0;points=[[0,0.5],[1,0.5]];portConstraint=eastwest;top=0;left=0;right=0;bottom=0;html=1;" vertex="1" parent="107">
                    <mxGeometry y="60" width="205" height="30" as="geometry"/>
                </mxCell>
                <mxCell id="115" value="" style="shape=partialRectangle;connectable=0;fillColor=none;top=0;left=0;bottom=0;right=0;editable=1;overflow=hidden;html=1;whiteSpace=wrap;" vertex="1" parent="114">
                    <mxGeometry width="35" height="30" as="geometry">
                        <mxRectangle width="35" height="30" as="alternateBounds"/>
                    </mxGeometry>
                </mxCell>
                <mxCell id="116" value="DisplayName: string" style="shape=partialRectangle;connectable=0;fillColor=none;top=0;left=0;bottom=0;right=0;align=left;spacingLeft=6;overflow=hidden;html=1;whiteSpace=wrap;" vertex="1" parent="114">
                    <mxGeometry x="35" width="170" height="30" as="geometry">
                        <mxRectangle width="170" height="30" as="alternateBounds"/>
                    </mxGeometry>
                </mxCell>
                <mxCell id="166" style="shape=tableRow;horizontal=0;startSize=0;swimlaneHead=0;swimlaneBody=0;fillColor=none;collapsible=0;dropTarget=0;points=[[0,0.5],[1,0.5]];portConstraint=eastwest;top=0;left=0;right=0;bottom=0;html=1;" vertex="1" parent="107">
                    <mxGeometry y="90" width="205" height="30" as="geometry"/>
                </mxCell>
                <mxCell id="167" style="shape=partialRectangle;connectable=0;fillColor=none;top=0;left=0;bottom=0;right=0;editable=1;overflow=hidden;html=1;whiteSpace=wrap;" vertex="1" parent="166">
                    <mxGeometry width="35" height="30" as="geometry">
                        <mxRectangle width="35" height="30" as="alternateBounds"/>
                    </mxGeometry>
                </mxCell>
                <mxCell id="168" value="System: SystemVersionRef" style="shape=partialRectangle;connectable=0;fillColor=none;top=0;left=0;bottom=0;right=0;align=left;spacingLeft=6;overflow=hidden;html=1;whiteSpace=wrap;" vertex="1" parent="166">
                    <mxGeometry x="35" width="170" height="30" as="geometry">
                        <mxRectangle width="170" height="30" as="alternateBounds"/>
                    </mxGeometry>
                </mxCell>
                <mxCell id="130" style="edgeStyle=orthogonalEdgeStyle;html=1;" edge="1" parent="1" source="70" target="30">
                    <mxGeometry relative="1" as="geometry"/>
                </mxCell>
                <mxCell id="131" style="edgeStyle=orthogonalEdgeStyle;html=1;" edge="1" parent="1" source="100" target="30">
                    <mxGeometry relative="1" as="geometry"/>
                </mxCell>
                <mxCell id="132" style="edgeStyle=orthogonalEdgeStyle;html=1;endArrow=diamond;endFill=0;endSize=16;startSize=16;" edge="1" parent="1" source="54" target="107">
                    <mxGeometry relative="1" as="geometry"/>
                </mxCell>
                <mxCell id="133" value="ComponentInstance" style="shape=table;startSize=30;container=1;collapsible=1;childLayout=tableLayout;fixedRows=1;rowLines=0;fontStyle=1;align=center;resizeLast=1;html=1;" vertex="1" parent="1">
                    <mxGeometry x="645.5" y="380" width="244.5" height="180" as="geometry"/>
                </mxCell>
                <mxCell id="134" value="" style="shape=tableRow;horizontal=0;startSize=0;swimlaneHead=0;swimlaneBody=0;fillColor=none;collapsible=0;dropTarget=0;points=[[0,0.5],[1,0.5]];portConstraint=eastwest;top=0;left=0;right=0;bottom=1;" vertex="1" parent="133">
                    <mxGeometry y="30" width="244.5" height="30" as="geometry"/>
                </mxCell>
                <mxCell id="135" value="PK" style="shape=partialRectangle;connectable=0;fillColor=none;top=0;left=0;bottom=0;right=0;fontStyle=1;overflow=hidden;whiteSpace=wrap;html=1;" vertex="1" parent="134">
                    <mxGeometry width="30" height="30" as="geometry">
                        <mxRectangle width="30" height="30" as="alternateBounds"/>
                    </mxGeometry>
                </mxCell>
                <mxCell id="136" value="ComponentInstanceId: UUID" style="shape=partialRectangle;connectable=0;fillColor=none;top=0;left=0;bottom=0;right=0;align=left;spacingLeft=6;fontStyle=5;overflow=hidden;whiteSpace=wrap;html=1;" vertex="1" parent="134">
                    <mxGeometry x="30" width="214.5" height="30" as="geometry">
                        <mxRectangle width="214.5" height="30" as="alternateBounds"/>
                    </mxGeometry>
                </mxCell>
                <mxCell id="137" value="" style="shape=tableRow;horizontal=0;startSize=0;swimlaneHead=0;swimlaneBody=0;fillColor=none;collapsible=0;dropTarget=0;points=[[0,0.5],[1,0.5]];portConstraint=eastwest;top=0;left=0;right=0;bottom=0;" vertex="1" parent="133">
                    <mxGeometry y="60" width="244.5" height="30" as="geometry"/>
                </mxCell>
                <mxCell id="138" value="" style="shape=partialRectangle;connectable=0;fillColor=none;top=0;left=0;bottom=0;right=0;editable=1;overflow=hidden;whiteSpace=wrap;html=1;" vertex="1" parent="137">
                    <mxGeometry width="30" height="30" as="geometry">
                        <mxRectangle width="30" height="30" as="alternateBounds"/>
                    </mxGeometry>
                </mxCell>
                <mxCell id="139" value="DisplayName: string" style="shape=partialRectangle;connectable=0;fillColor=none;top=0;left=0;bottom=0;right=0;align=left;spacingLeft=6;overflow=hidden;whiteSpace=wrap;html=1;" vertex="1" parent="137">
                    <mxGeometry x="30" width="214.5" height="30" as="geometry">
                        <mxRectangle width="214.5" height="30" as="alternateBounds"/>
                    </mxGeometry>
                </mxCell>
                <mxCell id="169" style="shape=tableRow;horizontal=0;startSize=0;swimlaneHead=0;swimlaneBody=0;fillColor=none;collapsible=0;dropTarget=0;points=[[0,0.5],[1,0.5]];portConstraint=eastwest;top=0;left=0;right=0;bottom=0;" vertex="1" parent="133">
                    <mxGeometry y="90" width="244.5" height="30" as="geometry"/>
                </mxCell>
                <mxCell id="170" style="shape=partialRectangle;connectable=0;fillColor=none;top=0;left=0;bottom=0;right=0;editable=1;overflow=hidden;whiteSpace=wrap;html=1;" vertex="1" parent="169">
                    <mxGeometry width="30" height="30" as="geometry">
                        <mxRectangle width="30" height="30" as="alternateBounds"/>
                    </mxGeometry>
                </mxCell>
                <mxCell id="171" value="Component: ComponentVersionRef" style="shape=partialRectangle;connectable=0;fillColor=none;top=0;left=0;bottom=0;right=0;align=left;spacingLeft=6;overflow=hidden;whiteSpace=wrap;html=1;" vertex="1" parent="169">
                    <mxGeometry x="30" width="214.5" height="30" as="geometry">
                        <mxRectangle width="214.5" height="30" as="alternateBounds"/>
                    </mxGeometry>
                </mxCell>
                <mxCell id="140" value="" style="shape=tableRow;horizontal=0;startSize=0;swimlaneHead=0;swimlaneBody=0;fillColor=none;collapsible=0;dropTarget=0;points=[[0,0.5],[1,0.5]];portConstraint=eastwest;top=0;left=0;right=0;bottom=0;" vertex="1" parent="133">
                    <mxGeometry y="120" width="244.5" height="30" as="geometry"/>
                </mxCell>
                <mxCell id="141" value="" style="shape=partialRectangle;connectable=0;fillColor=none;top=0;left=0;bottom=0;right=0;editable=1;overflow=hidden;whiteSpace=wrap;html=1;" vertex="1" parent="140">
                    <mxGeometry width="30" height="30" as="geometry">
                        <mxRectangle width="30" height="30" as="alternateBounds"/>
                    </mxGeometry>
                </mxCell>
                <mxCell id="142" value="Consumes: []ApiInstanceRef" style="shape=partialRectangle;connectable=0;fillColor=none;top=0;left=0;bottom=0;right=0;align=left;spacingLeft=6;overflow=hidden;whiteSpace=wrap;html=1;" vertex="1" parent="140">
                    <mxGeometry x="30" width="214.5" height="30" as="geometry">
                        <mxRectangle width="214.5" height="30" as="alternateBounds"/>
                    </mxGeometry>
                </mxCell>
                <mxCell id="143" value="" style="shape=tableRow;horizontal=0;startSize=0;swimlaneHead=0;swimlaneBody=0;fillColor=none;collapsible=0;dropTarget=0;points=[[0,0.5],[1,0.5]];portConstraint=eastwest;top=0;left=0;right=0;bottom=0;" vertex="1" parent="133">
                    <mxGeometry y="150" width="244.5" height="30" as="geometry"/>
                </mxCell>
                <mxCell id="144" value="" style="shape=partialRectangle;connectable=0;fillColor=none;top=0;left=0;bottom=0;right=0;editable=1;overflow=hidden;whiteSpace=wrap;html=1;" vertex="1" parent="143">
                    <mxGeometry width="30" height="30" as="geometry">
                        <mxRectangle width="30" height="30" as="alternateBounds"/>
                    </mxGeometry>
                </mxCell>
                <mxCell id="145" value="Provides: []ApiInstanceRef" style="shape=partialRectangle;connectable=0;fillColor=none;top=0;left=0;bottom=0;right=0;align=left;spacingLeft=6;overflow=hidden;whiteSpace=wrap;html=1;" vertex="1" parent="143">
                    <mxGeometry x="30" width="214.5" height="30" as="geometry">
                        <mxRectangle width="214.5" height="30" as="alternateBounds"/>
                    </mxGeometry>
                </mxCell>
                <mxCell id="146" style="edgeStyle=orthogonalEdgeStyle;html=1;" edge="1" parent="1" source="140" target="44">
                    <mxGeometry relative="1" as="geometry"/>
                </mxCell>
                <mxCell id="147" style="edgeStyle=orthogonalEdgeStyle;html=1;" edge="1" parent="1" source="143" target="44">
                    <mxGeometry relative="1" as="geometry"/>
                </mxCell>
                <mxCell id="150" value="Legend for entity tags:&lt;div&gt;&lt;ul&gt;&lt;li&gt;K8s: The entity has a definition as Kubernetes Custrom Resource Definition (CRD)&lt;/li&gt;&lt;li&gt;embeded: the entity is only available as substructure of another entity.&lt;/li&gt;&lt;li&gt;(none): The entity is availbable through the OpenAPI interface only.&lt;/li&gt;&lt;/ul&gt;&lt;/div&gt;" style="rounded=0;whiteSpace=wrap;html=1;align=left;spacingLeft=5;" vertex="1" parent="1">
                    <mxGeometry x="970" y="30" width="270" height="190" as="geometry"/>
                </mxCell>
            </root>
        </mxGraphModel>
    </diagram>
</mxfile>